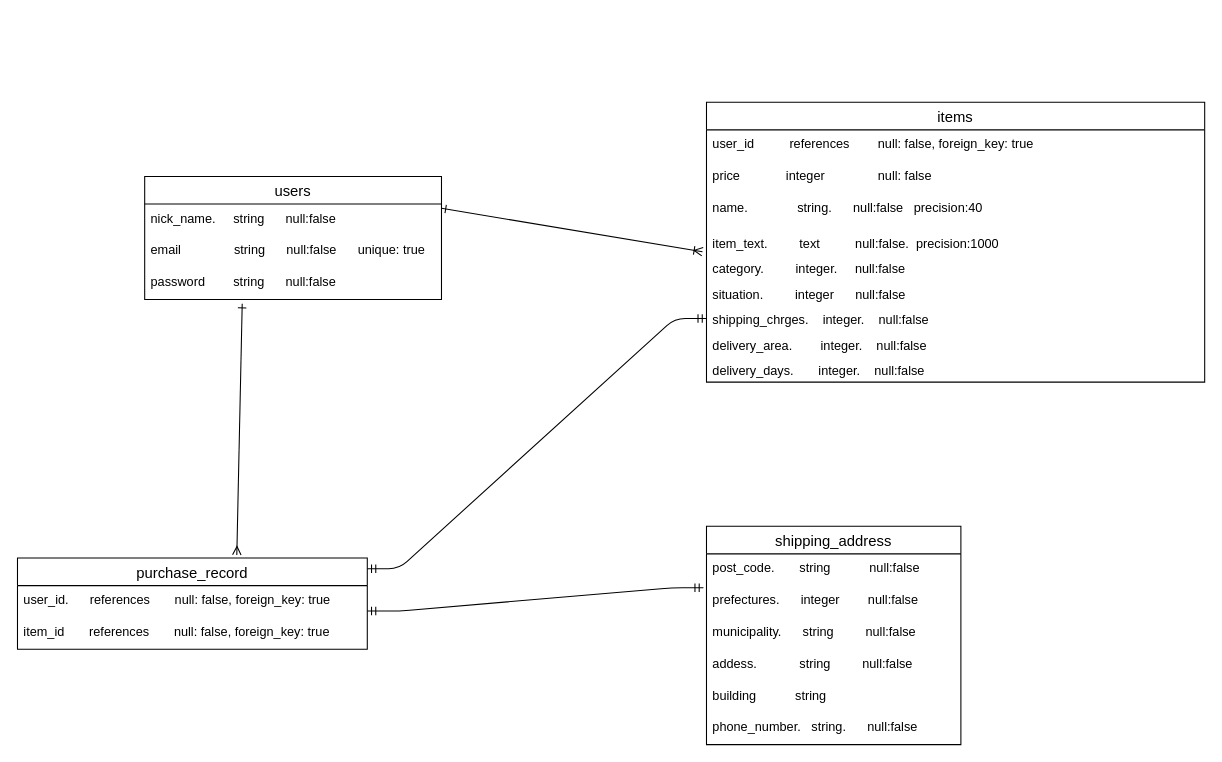
The draw.io diagram test.dio in tomatokirai/furima-38978, before the edit. Source tidied: cells renumbered, new cells numbered last; positions are measured from the earlier drawing's top-left corner, leaving out a move shared by most shapes. Both pictures are drawn from the tidied source at 106%, with x=0, y=0 at pixel (-237, 102).
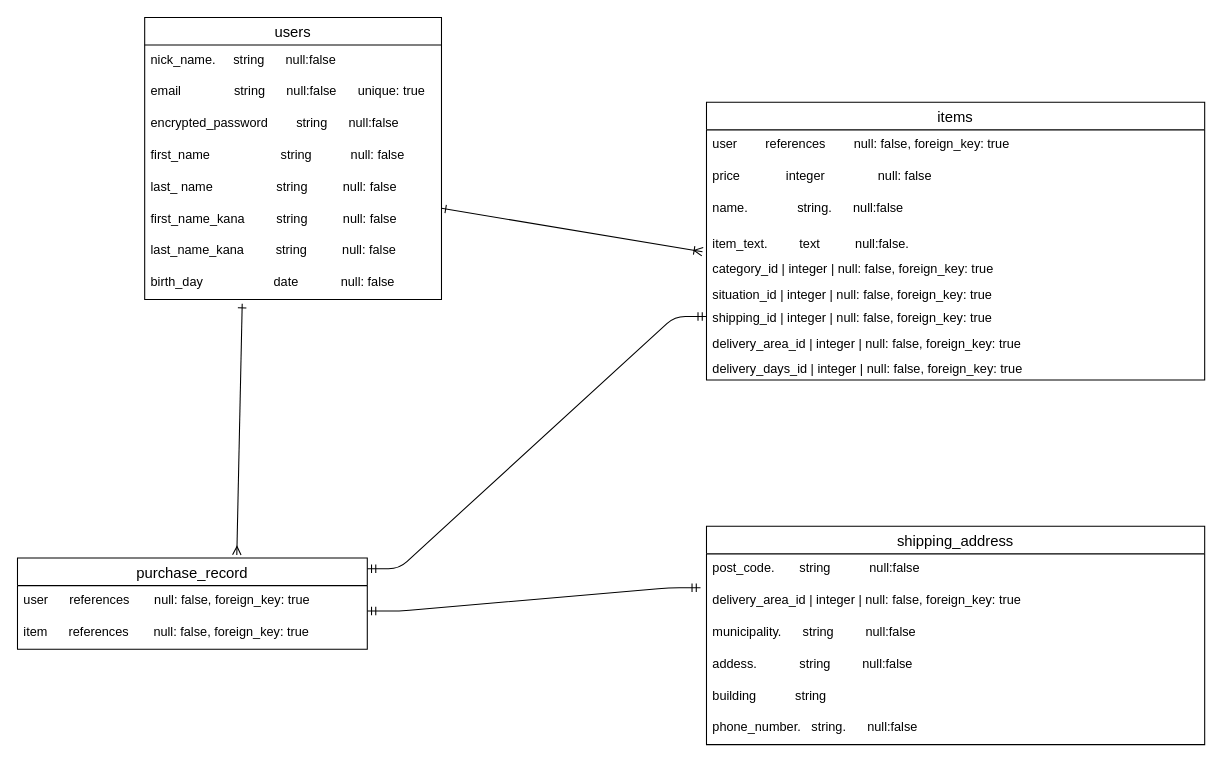
Above is the later version.

Unchanged cells that the change refers to:
```xml
<mxCell id="7" value="purchase_record" style="swimlane;fontStyle=0;horizontal=1;startSize=26;align=center;fontSize=14;" parent="1" vertex="1">
  <mxGeometry x="240" y="430" width="330" height="86" as="geometry" />
</mxCell>
```

The edit, as a diff of the source:
```diff
@@
     <mxCell id="3" value="users" style="swimlane;fontStyle=0;horizontal=1;startSize=26;align=center;fontSize=14;" parent="1" vertex="1">
-      <mxGeometry x="360" y="70" width="280" height="116" as="geometry" />
+      <mxGeometry x="360" y="-80" width="280" height="266" as="geometry" />
     </mxCell>
@@
-    <mxCell id="6" value="password        string      null:false" style="text;strokeColor=none;fillColor=none;spacingLeft=4;spacingRight=4;overflow=hidden;fontSize=12;" parent="3" vertex="1">
+    <mxCell id="6" value="encrypted_password        string      null:false" style="text;strokeColor=none;fillColor=none;spacingLeft=4;spacingRight=4;overflow=hidden;fontSize=12;" parent="3" vertex="1">
       <mxGeometry y="86" width="280" height="30" as="geometry" />
     </mxCell>
+    <mxCell id="31" value="first_name                    string           null: false " style="text;strokeColor=none;fillColor=none;spacingLeft=4;spacingRight=4;overflow=hidden;fontSize=12;" parent="3" vertex="1">
+      <mxGeometry y="116" width="280" height="30" as="geometry" />
+    </mxCell>
+    <mxCell id="32" value="last_ name                  string          null: false" style="text;strokeColor=none;fillColor=none;spacingLeft=4;spacingRight=4;overflow=hidden;fontSize=12;" parent="3" vertex="1">
+      <mxGeometry y="146" width="280" height="30" as="geometry" />
+    </mxCell>
+    <mxCell id="33" value="first_name_kana         string          null: false" style="text;strokeColor=none;fillColor=none;spacingLeft=4;spacingRight=4;overflow=hidden;fontSize=12;" parent="3" vertex="1">
+      <mxGeometry y="176" width="280" height="30" as="geometry" />
+    </mxCell>
+    <mxCell id="34" value=" last_name_kana         string          null: false " style="text;strokeColor=none;fillColor=none;spacingLeft=4;spacingRight=4;overflow=hidden;fontSize=12;" parent="3" vertex="1">
+      <mxGeometry y="206" width="280" height="30" as="geometry" />
+    </mxCell>
+    <mxCell id="35" value="birth_day                    date            null: false " style="text;strokeColor=none;fillColor=none;spacingLeft=4;spacingRight=4;overflow=hidden;fontSize=12;" parent="3" vertex="1">
+      <mxGeometry y="236" width="280" height="30" as="geometry" />
+    </mxCell>
@@
-    <mxCell id="8" value="user_id.      references       null: false, foreign_key: true" style="text;strokeColor=none;fillColor=none;spacingLeft=4;spacingRight=4;overflow=hidden;fontSize=12;" parent="7" vertex="1">
+    <mxCell id="8" value="user      references       null: false, foreign_key: true" style="text;strokeColor=none;fillColor=none;spacingLeft=4;spacingRight=4;overflow=hidden;fontSize=12;" parent="7" vertex="1">
       <mxGeometry y="26" width="330" height="30" as="geometry" />
     </mxCell>
-    <mxCell id="9" value="item_id       references       null: false, foreign_key: true" style="text;strokeColor=none;fillColor=none;spacingLeft=4;spacingRight=4;overflow=hidden;fontSize=12;" parent="7" vertex="1">
+    <mxCell id="9" value="item      references       null: false, foreign_key: true" style="text;strokeColor=none;fillColor=none;spacingLeft=4;spacingRight=4;overflow=hidden;fontSize=12;" parent="7" vertex="1">
       <mxGeometry y="56" width="330" height="30" as="geometry" />
     </mxCell>
     <mxCell id="10" value="shipping_address" style="swimlane;fontStyle=0;horizontal=1;startSize=26;align=center;fontSize=14;" parent="1" vertex="1">
-      <mxGeometry x="890" y="400" width="240" height="206" as="geometry" />
+      <mxGeometry x="890" y="400" width="470" height="206" as="geometry" />
     </mxCell>
     <mxCell id="11" value="post_code.       string           null:false" style="text;strokeColor=none;fillColor=none;spacingLeft=4;spacingRight=4;overflow=hidden;points=[[0,0.5],[1,0.5]];portConstraint=eastwest;fontSize=12;" parent="10" vertex="1">
-      <mxGeometry y="26" width="240" height="30" as="geometry" />
+      <mxGeometry y="26" width="470" height="30" as="geometry" />
     </mxCell>
-    <mxCell id="12" value="prefectures.      integer        null:false" style="text;strokeColor=none;fillColor=none;spacingLeft=4;spacingRight=4;overflow=hidden;fontSize=12;" parent="10" vertex="1">
-      <mxGeometry y="56" width="240" height="30" as="geometry" />
+    <mxCell id="12" value="delivery_area_id   | integer         | null: false, foreign_key: true" style="text;strokeColor=none;fillColor=none;spacingLeft=4;spacingRight=4;overflow=hidden;fontSize=12;" parent="10" vertex="1">
+      <mxGeometry y="56" width="470" height="30" as="geometry" />
     </mxCell>
     <mxCell id="13" value="municipality.      string         null:false" style="text;strokeColor=none;fillColor=none;spacingLeft=4;spacingRight=4;overflow=hidden;fontSize=12;" parent="10" vertex="1">
-      <mxGeometry y="86" width="240" height="30" as="geometry" />
+      <mxGeometry y="86" width="470" height="30" as="geometry" />
     </mxCell>
     <mxCell id="14" value="addess.            string         null:false" style="text;strokeColor=none;fillColor=none;spacingLeft=4;spacingRight=4;overflow=hidden;fontSize=12;" parent="10" vertex="1">
-      <mxGeometry y="116" width="240" height="30" as="geometry" />
+      <mxGeometry y="116" width="470" height="30" as="geometry" />
     </mxCell>
     <mxCell id="15" value="building           string         " style="text;strokeColor=none;fillColor=none;spacingLeft=4;spacingRight=4;overflow=hidden;fontSize=12;" parent="10" vertex="1">
-      <mxGeometry y="146" width="240" height="30" as="geometry" />
+      <mxGeometry y="146" width="470" height="30" as="geometry" />
     </mxCell>
     <mxCell id="16" value="phone_number.   string.      null:false" style="text;strokeColor=none;fillColor=none;spacingLeft=4;spacingRight=4;overflow=hidden;fontSize=12;" parent="10" vertex="1">
-      <mxGeometry y="176" width="240" height="30" as="geometry" />
+      <mxGeometry y="176" width="470" height="30" as="geometry" />
     </mxCell>
     <mxCell id="17" value="items" style="swimlane;fontStyle=0;horizontal=1;startSize=26;align=center;fontSize=14;" parent="1" vertex="1">
-      <mxGeometry x="890" width="470" height="264" as="geometry" />
+      <mxGeometry x="890" width="470" height="262" as="geometry" />
     </mxCell>
-    <mxCell id="18" value="user_id          references        null: false, foreign_key: true " style="text;strokeColor=none;fillColor=none;spacingLeft=4;spacingRight=4;overflow=hidden;fontSize=12;" parent="17" vertex="1">
+    <mxCell id="18" value="user        references        null: false, foreign_key: true " style="text;strokeColor=none;fillColor=none;spacingLeft=4;spacingRight=4;overflow=hidden;fontSize=12;" parent="17" vertex="1">
       <mxGeometry y="26" width="470" height="30" as="geometry" />
     </mxCell>
@@
-    <mxCell id="20" value="name.              string.      null:false   precision:40" style="text;strokeColor=none;fillColor=none;spacingLeft=4;spacingRight=4;overflow=hidden;fontSize=12;" parent="17" vertex="1">
+    <mxCell id="20" value="name.              string.      null:false   " style="text;strokeColor=none;fillColor=none;spacingLeft=4;spacingRight=4;overflow=hidden;fontSize=12;" parent="17" vertex="1">
       <mxGeometry y="86" width="470" height="34" as="geometry" />
     </mxCell>
-    <mxCell id="21" value="item_text.         text          null:false.  precision:1000" style="text;strokeColor=none;fillColor=none;spacingLeft=4;spacingRight=4;overflow=hidden;points=[[0,0.5],[1,0.5]];portConstraint=eastwest;fontSize=12;" parent="17" vertex="1">
+    <mxCell id="21" value="item_text.         text          null:false.  " style="text;strokeColor=none;fillColor=none;spacingLeft=4;spacingRight=4;overflow=hidden;points=[[0,0.5],[1,0.5]];portConstraint=eastwest;fontSize=12;" parent="17" vertex="1">
       <mxGeometry y="120" width="470" height="24" as="geometry" />
     </mxCell>
-    <mxCell id="22" value="category.         integer.     null:false" style="text;strokeColor=none;fillColor=none;spacingLeft=4;spacingRight=4;overflow=hidden;fontSize=12;" parent="17" vertex="1">
+    <mxCell id="22" value="category_id        | integer         | null: false, foreign_key: true" style="text;strokeColor=none;fillColor=none;spacingLeft=4;spacingRight=4;overflow=hidden;fontSize=12;" parent="17" vertex="1">
       <mxGeometry y="144" width="470" height="24" as="geometry" />
     </mxCell>
-    <mxCell id="23" value="situation.         integer      null:false" style="text;strokeColor=none;fillColor=none;spacingLeft=4;spacingRight=4;overflow=hidden;fontSize=12;" parent="17" vertex="1">
-      <mxGeometry y="168" width="470" height="24" as="geometry" />
+    <mxCell id="23" value="situation_id       | integer         | null: false, foreign_key: true" style="text;strokeColor=none;fillColor=none;spacingLeft=4;spacingRight=4;overflow=hidden;fontSize=12;" parent="17" vertex="1">
+      <mxGeometry y="168" width="470" height="22" as="geometry" />
     </mxCell>
-    <mxCell id="24" value="shipping_chrges.    integer.    null:false" style="text;strokeColor=none;fillColor=none;spacingLeft=4;spacingRight=4;overflow=hidden;points=[[0,0.5],[1,0.5]];portConstraint=eastwest;fontSize=12;" parent="17" vertex="1">
-      <mxGeometry y="192" width="470" height="24" as="geometry" />
+    <mxCell id="24" value="shipping_id        | integer         | null: false, foreign_key: true" style="text;strokeColor=none;fillColor=none;spacingLeft=4;spacingRight=4;overflow=hidden;points=[[0,0.5],[1,0.5]];portConstraint=eastwest;fontSize=12;" parent="17" vertex="1">
+      <mxGeometry y="190" width="470" height="24" as="geometry" />
     </mxCell>
-    <mxCell id="25" value="delivery_area.        integer.    null:false" style="text;strokeColor=none;fillColor=none;spacingLeft=4;spacingRight=4;overflow=hidden;fontSize=12;" parent="17" vertex="1">
-      <mxGeometry y="216" width="470" height="24" as="geometry" />
+    <mxCell id="25" value="delivery_area_id   | integer         | null: false, foreign_key: true" style="text;strokeColor=none;fillColor=none;spacingLeft=4;spacingRight=4;overflow=hidden;fontSize=12;" parent="17" vertex="1">
+      <mxGeometry y="214" width="470" height="24" as="geometry" />
     </mxCell>
-    <mxCell id="26" value="delivery_days.       integer.    null:false" style="text;strokeColor=none;fillColor=none;spacingLeft=4;spacingRight=4;overflow=hidden;fontSize=12;" parent="17" vertex="1">
-      <mxGeometry y="240" width="470" height="24" as="geometry" />
+    <mxCell id="26" value="delivery_days_id   | integer         | null: false, foreign_key: true" style="text;strokeColor=none;fillColor=none;spacingLeft=4;spacingRight=4;overflow=hidden;fontSize=12;" parent="17" vertex="1">
+      <mxGeometry y="238" width="470" height="24" as="geometry" />
     </mxCell>
```
